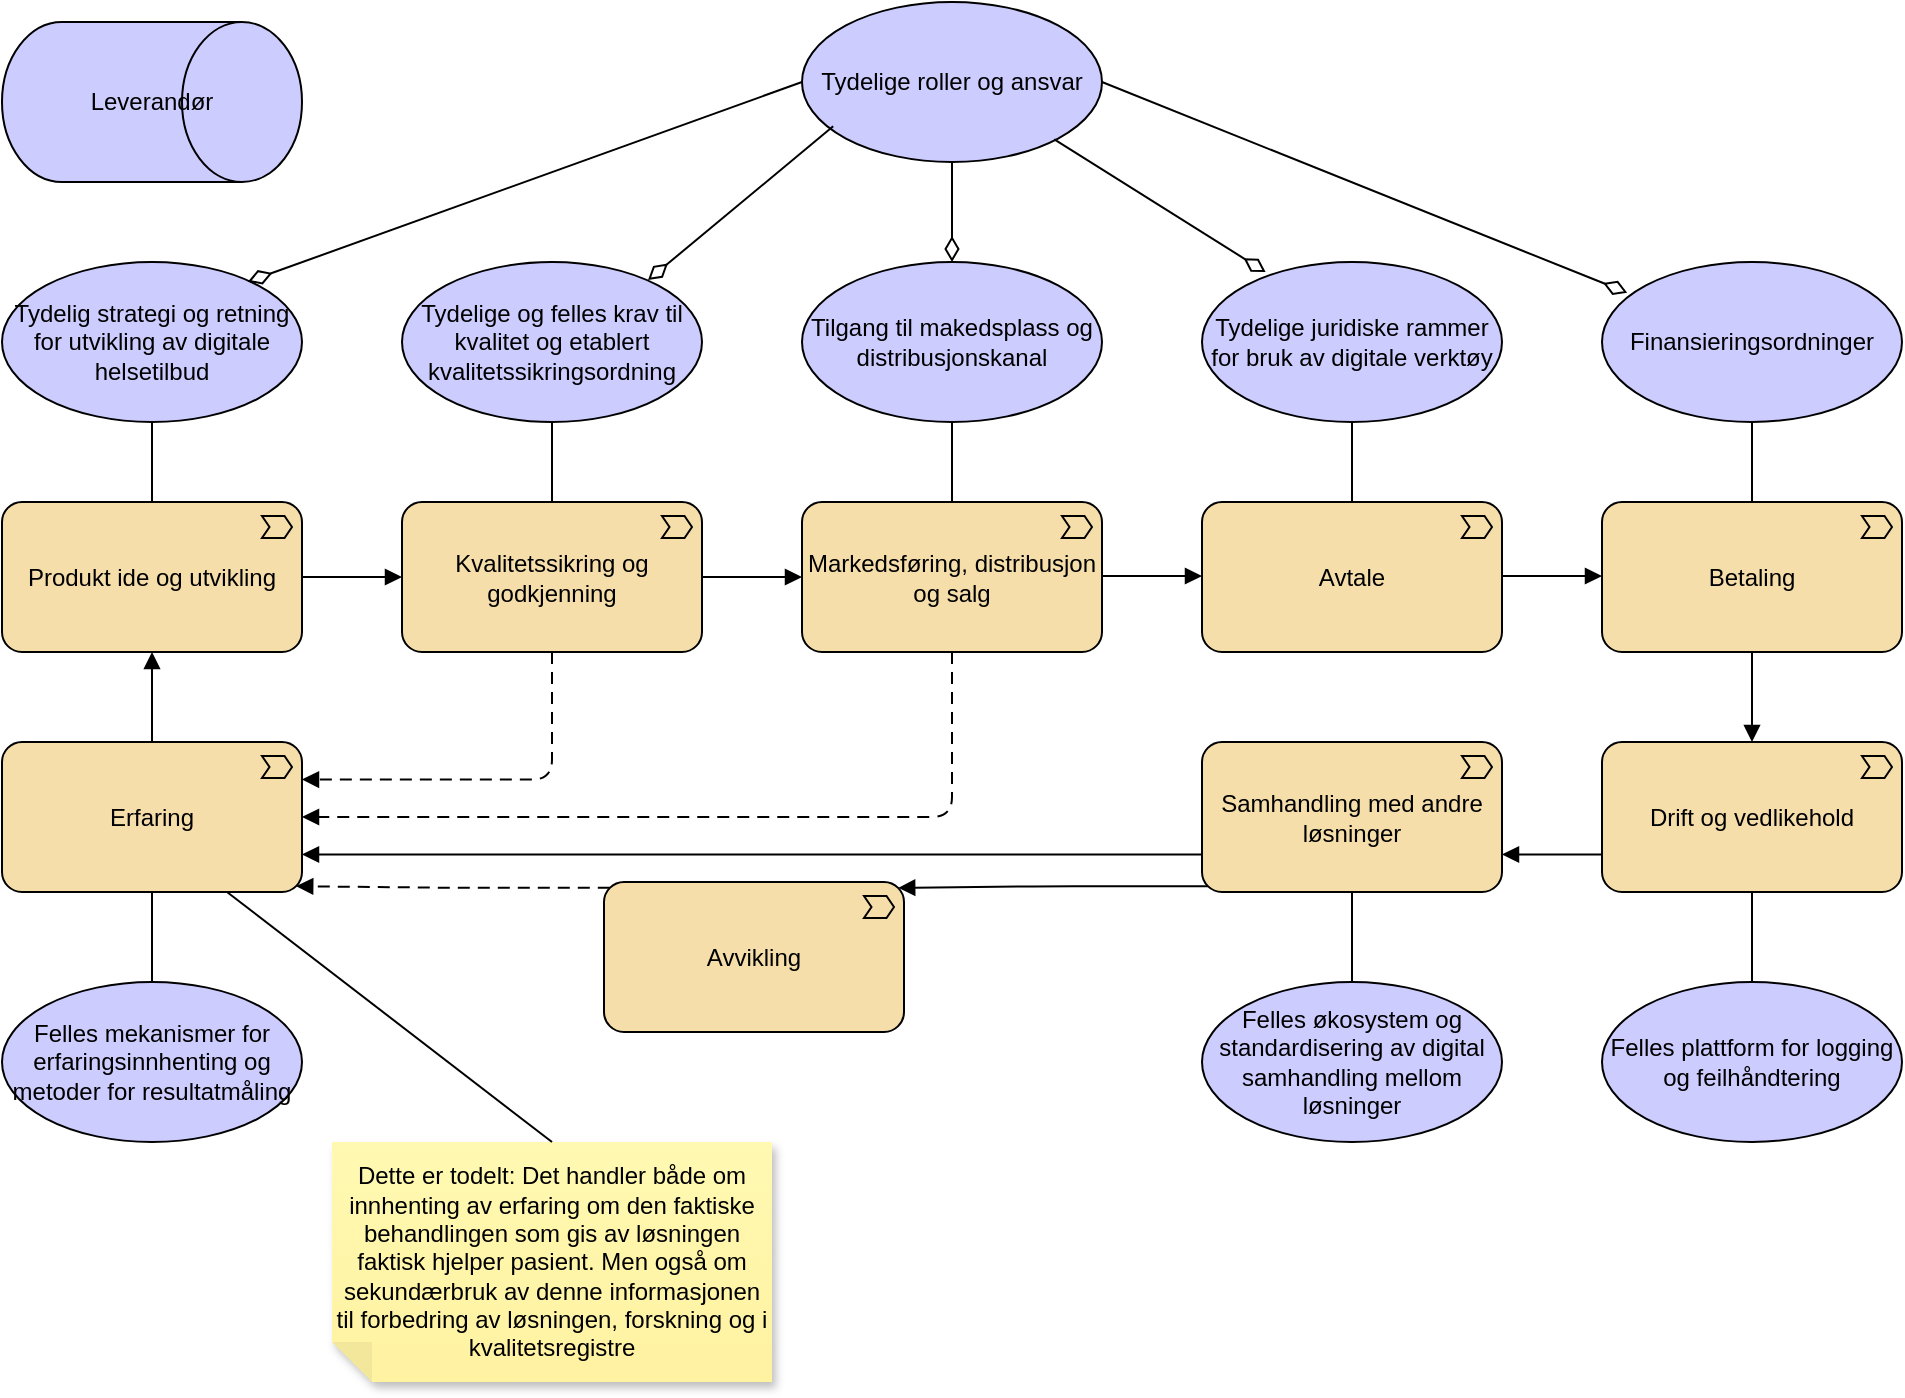
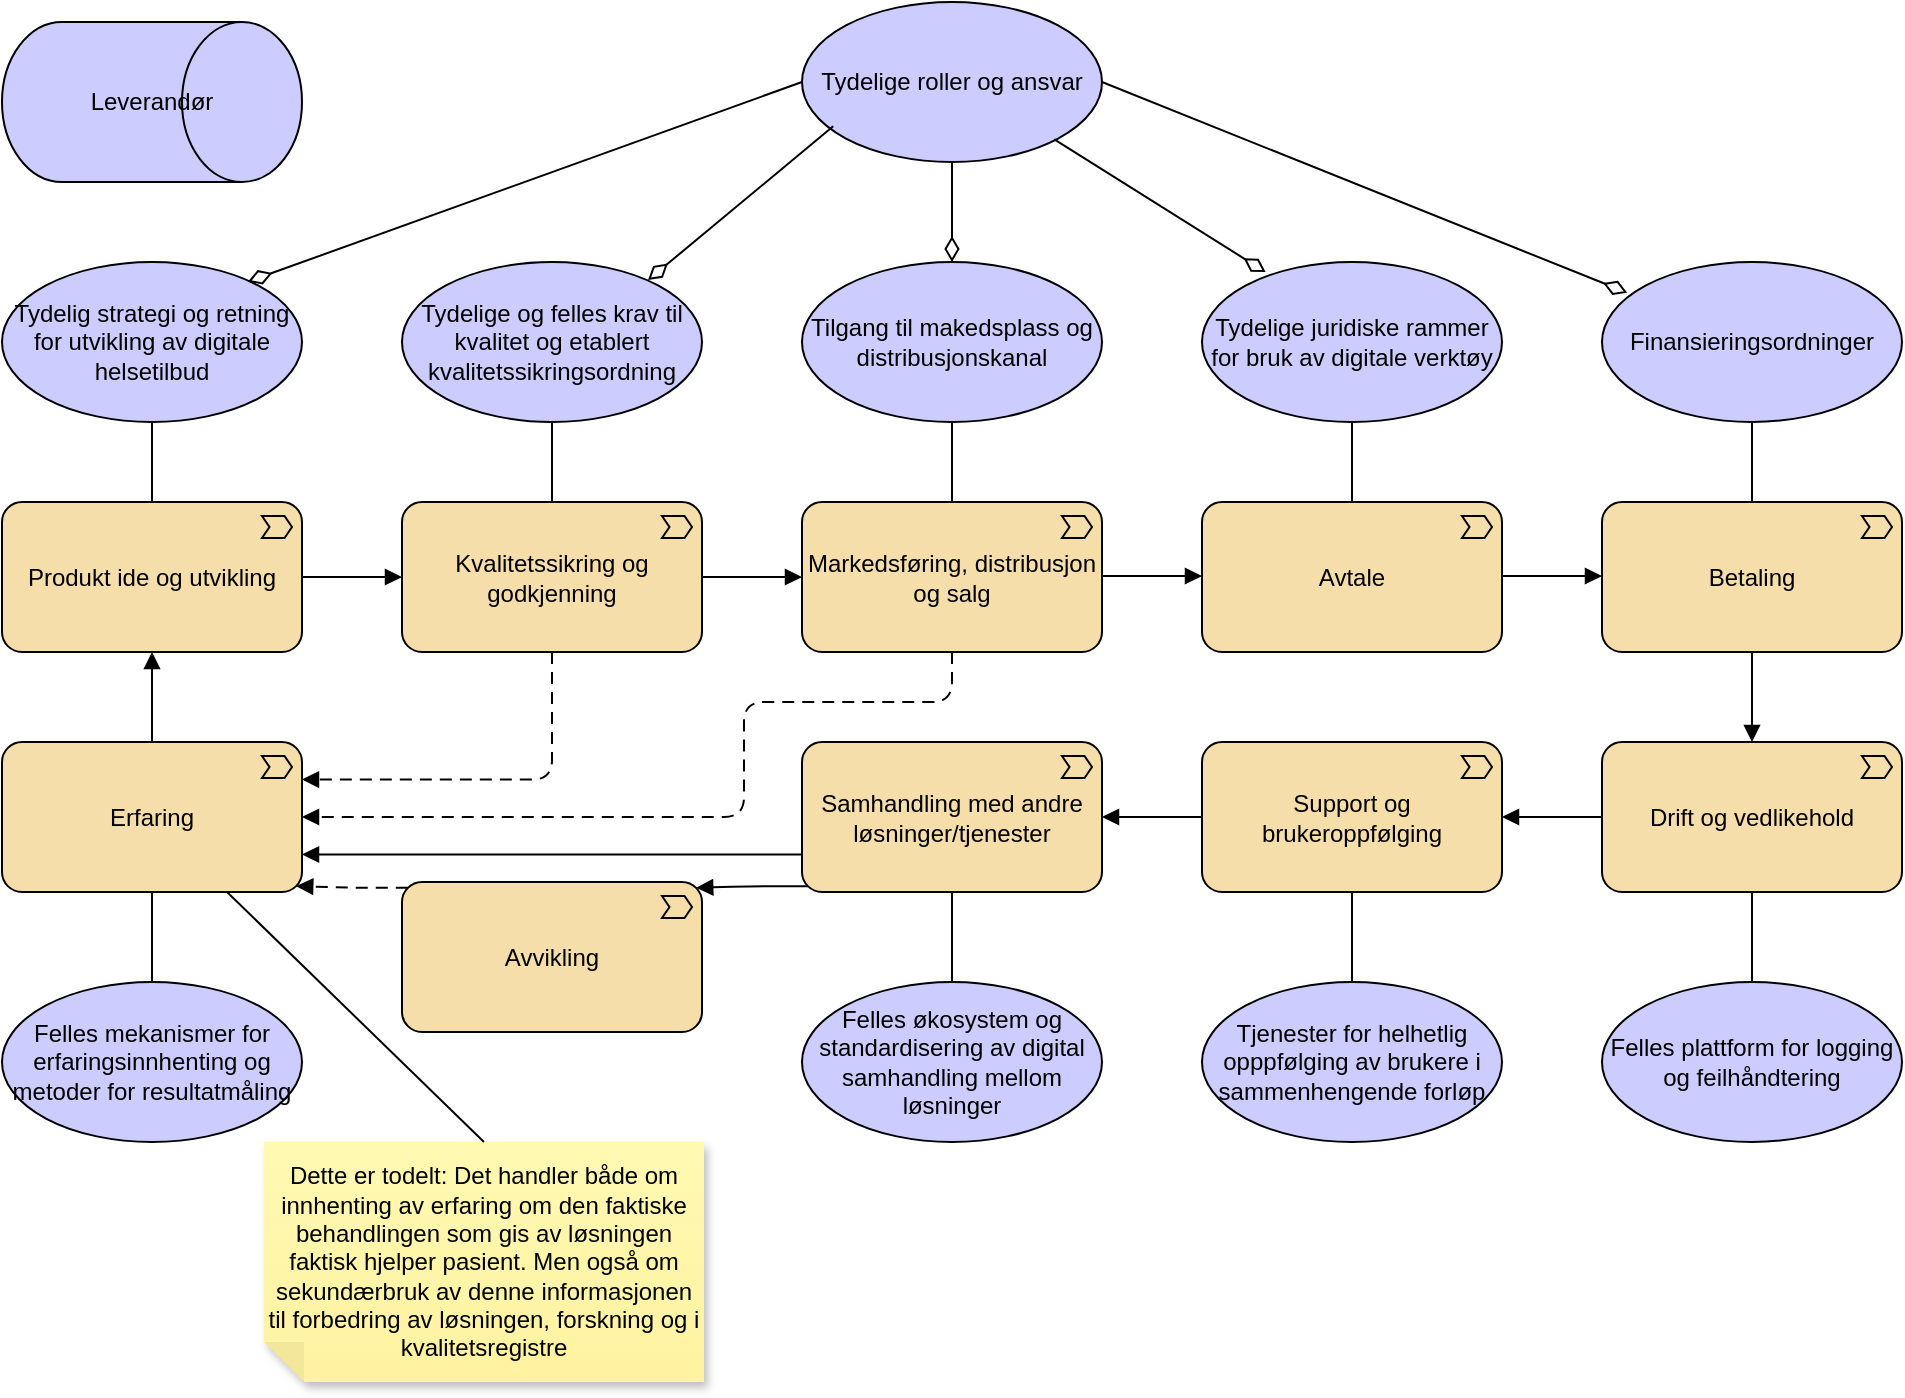
<mxfile host="65bd71144e">
    <diagram id="GwMaOcinR9aT1UnFt0KR" name="value-chain-produktutvikling">
-         <mxGraphModel dx="1798" dy="1536" grid="1" gridSize="10" guides="1" tooltips="1" connect="1" arrows="1" fold="1" page="1" pageScale="1" pageWidth="1169" pageHeight="827" math="0" shadow="0">
+         <mxGraphModel dx="1388" dy="1678" grid="1" gridSize="10" guides="1" tooltips="1" connect="1" arrows="1" fold="1" page="1" pageScale="1" pageWidth="1169" pageHeight="827" math="0" shadow="0">
            <root>
                <mxCell id="0"/>
                <mxCell id="1" parent="0"/>
                <mxCell id="2" value="Produkt ide og utvikling" style="html=1;outlineConnect=0;whiteSpace=wrap;fillColor=#F5DEAA;shape=mxgraph.archimate3.application;appType=valueStream;archiType=rounded;" parent="1" vertex="1">
                    <mxGeometry x="19" y="160" width="150" height="75" as="geometry"/>
                </mxCell>
                <mxCell id="3" value="Kvalitetssikring og godkjenning" style="html=1;outlineConnect=0;whiteSpace=wrap;fillColor=#F5DEAA;shape=mxgraph.archimate3.application;appType=valueStream;archiType=rounded;" parent="1" vertex="1">
                    <mxGeometry x="219" y="160" width="150" height="75" as="geometry"/>
                </mxCell>
                <mxCell id="5" value="Markedsføring, distribusjon og salg" style="html=1;outlineConnect=0;whiteSpace=wrap;fillColor=#F5DEAA;shape=mxgraph.archimate3.application;appType=valueStream;archiType=rounded;" parent="1" vertex="1">
                    <mxGeometry x="419" y="160" width="150" height="75" as="geometry"/>
                </mxCell>
                <mxCell id="6" value="Avtale" style="html=1;outlineConnect=0;whiteSpace=wrap;fillColor=#F5DEAA;shape=mxgraph.archimate3.application;appType=valueStream;archiType=rounded;" parent="1" vertex="1">
                    <mxGeometry x="619" y="160" width="150" height="75" as="geometry"/>
                </mxCell>
                <mxCell id="7" value="Betaling" style="html=1;outlineConnect=0;whiteSpace=wrap;fillColor=#F5DEAA;shape=mxgraph.archimate3.application;appType=valueStream;archiType=rounded;" parent="1" vertex="1">
                    <mxGeometry x="819" y="160" width="150" height="75" as="geometry"/>
                </mxCell>
                <mxCell id="8" value="Drift og vedlikehold" style="html=1;outlineConnect=0;whiteSpace=wrap;fillColor=#F5DEAA;shape=mxgraph.archimate3.application;appType=valueStream;archiType=rounded;" parent="1" vertex="1">
                    <mxGeometry x="819" y="280" width="150" height="75" as="geometry"/>
                </mxCell>
                <mxCell id="9" value="Erfaring" style="html=1;outlineConnect=0;whiteSpace=wrap;fillColor=#F5DEAA;shape=mxgraph.archimate3.application;appType=valueStream;archiType=rounded;" parent="1" vertex="1">
                    <mxGeometry x="19" y="280" width="150" height="75" as="geometry"/>
                </mxCell>
                <mxCell id="10" value="" style="edgeStyle=orthogonalEdgeStyle;html=1;endArrow=block;dashed=0;elbow=vertical;endFill=1;exitX=1;exitY=0.5;exitDx=0;exitDy=0;exitPerimeter=0;entryX=0;entryY=0.5;entryDx=0;entryDy=0;entryPerimeter=0;" parent="1" source="2" target="3" edge="1">
                    <mxGeometry width="160" relative="1" as="geometry">
                        <mxPoint x="329" y="215" as="sourcePoint"/>
                        <mxPoint x="409" y="340" as="targetPoint"/>
                    </mxGeometry>
                </mxCell>
                <mxCell id="11" value="" style="html=1;endArrow=block;dashed=0;elbow=vertical;endFill=1;exitX=1;exitY=0.5;exitDx=0;exitDy=0;exitPerimeter=0;entryX=0;entryY=0.5;entryDx=0;entryDy=0;entryPerimeter=0;" parent="1" source="3" target="5" edge="1">
                    <mxGeometry width="160" relative="1" as="geometry">
                        <mxPoint x="179" y="208" as="sourcePoint"/>
                        <mxPoint x="229" y="208" as="targetPoint"/>
                    </mxGeometry>
                </mxCell>
                <mxCell id="12" value="" style="html=1;endArrow=block;dashed=0;elbow=vertical;endFill=1;exitX=1;exitY=0.5;exitDx=0;exitDy=0;exitPerimeter=0;entryX=0;entryY=0.5;entryDx=0;entryDy=0;entryPerimeter=0;" parent="1" edge="1">
                    <mxGeometry width="160" relative="1" as="geometry">
                        <mxPoint x="569" y="197" as="sourcePoint"/>
                        <mxPoint x="619" y="197" as="targetPoint"/>
                    </mxGeometry>
                </mxCell>
                <mxCell id="13" value="" style="html=1;endArrow=block;dashed=0;elbow=vertical;endFill=1;exitX=1;exitY=0.5;exitDx=0;exitDy=0;exitPerimeter=0;entryX=0;entryY=0.5;entryDx=0;entryDy=0;entryPerimeter=0;" parent="1" edge="1">
                    <mxGeometry width="160" relative="1" as="geometry">
                        <mxPoint x="769" y="197" as="sourcePoint"/>
                        <mxPoint x="819" y="197" as="targetPoint"/>
                    </mxGeometry>
                </mxCell>
                <mxCell id="14" value="" style="html=1;endArrow=block;dashed=0;elbow=vertical;endFill=1;exitX=0.5;exitY=1;exitDx=0;exitDy=0;exitPerimeter=0;entryX=0.5;entryY=0;entryDx=0;entryDy=0;entryPerimeter=0;" parent="1" source="7" target="8" edge="1">
                    <mxGeometry width="160" relative="1" as="geometry">
                        <mxPoint x="889" y="250" as="sourcePoint"/>
                        <mxPoint x="939" y="250" as="targetPoint"/>
                    </mxGeometry>
                </mxCell>
                <mxCell id="15" value="" style="html=1;endArrow=block;dashed=0;elbow=vertical;endFill=1;exitX=0;exitY=0.75;exitDx=0;exitDy=0;exitPerimeter=0;entryX=1;entryY=0.75;entryDx=0;entryDy=0;entryPerimeter=0;" parent="1" source="25" target="9" edge="1">
                    <mxGeometry width="160" relative="1" as="geometry">
                        <mxPoint x="409" y="238" as="sourcePoint"/>
                        <mxPoint x="459" y="238" as="targetPoint"/>
                    </mxGeometry>
                </mxCell>
                <mxCell id="16" value="" style="html=1;endArrow=block;dashed=0;elbow=vertical;endFill=1;exitX=0.5;exitY=0;exitDx=0;exitDy=0;exitPerimeter=0;entryX=0.5;entryY=1;entryDx=0;entryDy=0;entryPerimeter=0;" parent="1" source="9" target="2" edge="1">
                    <mxGeometry width="160" relative="1" as="geometry">
                        <mxPoint x="419" y="248" as="sourcePoint"/>
                        <mxPoint x="469" y="248" as="targetPoint"/>
                    </mxGeometry>
                </mxCell>
                <mxCell id="19" value="Tydelig strategi og retning for utvikling av digitale helsetilbud" style="shape=ellipse;html=1;whiteSpace=wrap;fillColor=#CCCCFF;" parent="1" vertex="1">
                    <mxGeometry x="19" y="40" width="150" height="80" as="geometry"/>
                </mxCell>
                <mxCell id="20" value="Tydelige og felles krav til kvalitet og etablert kvalitetssikringsordning" style="shape=ellipse;html=1;whiteSpace=wrap;fillColor=#CCCCFF;" parent="1" vertex="1">
                    <mxGeometry x="219" y="40" width="150" height="80" as="geometry"/>
                </mxCell>
                <mxCell id="21" value="Tilgang til makedsplass og distribusjonskanal" style="shape=ellipse;html=1;whiteSpace=wrap;fillColor=#CCCCFF;" parent="1" vertex="1">
                    <mxGeometry x="419" y="40" width="150" height="80" as="geometry"/>
                </mxCell>
                <mxCell id="22" value="Tydelige juridiske rammer for bruk av digitale verktøy" style="shape=ellipse;html=1;whiteSpace=wrap;fillColor=#CCCCFF;" parent="1" vertex="1">
                    <mxGeometry x="619" y="40" width="150" height="80" as="geometry"/>
                </mxCell>
                <mxCell id="23" value="Tydelige roller og ansvar" style="shape=ellipse;html=1;whiteSpace=wrap;fillColor=#CCCCFF;" parent="1" vertex="1">
                    <mxGeometry x="419" y="-90" width="150" height="80" as="geometry"/>
                </mxCell>
                <mxCell id="24" value="Finansieringsordninger" style="shape=ellipse;html=1;whiteSpace=wrap;fillColor=#CCCCFF;" parent="1" vertex="1">
                    <mxGeometry x="819" y="40" width="150" height="80" as="geometry"/>
                </mxCell>
-                 <mxCell id="26" value="" style="html=1;endArrow=block;dashed=0;elbow=vertical;endFill=1;exitX=0;exitY=0.75;exitDx=0;exitDy=0;exitPerimeter=0;entryX=1;entryY=0.75;entryDx=0;entryDy=0;entryPerimeter=0;" parent="1" source="8" target="25" edge="1">
+                 <mxCell id="26" value="" style="html=1;endArrow=block;dashed=0;elbow=vertical;endFill=1;exitX=0;exitY=0.5;exitDx=0;exitDy=0;exitPerimeter=0;entryX=1;entryY=0.5;entryDx=0;entryDy=0;entryPerimeter=0;" parent="1" source="8" target="54" edge="1">
                    <mxGeometry width="160" relative="1" as="geometry">
                        <mxPoint x="819" y="336" as="sourcePoint"/>
-                         <mxPoint x="169" y="336" as="targetPoint"/>
-                     </mxGeometry>
-                 </mxCell>
-                 <mxCell id="25" value="Samhandling med andre løsninger" style="html=1;outlineConnect=0;whiteSpace=wrap;fillColor=#F5DEAA;shape=mxgraph.archimate3.application;appType=valueStream;archiType=rounded;" parent="1" vertex="1">
-                     <mxGeometry x="619" y="280" width="150" height="75" as="geometry"/>
+                         <mxPoint x="770" y="370" as="targetPoint"/>
+                     </mxGeometry>
+                 </mxCell>
+                 <mxCell id="25" value="Samhandling med andre løsninger/tjenester" style="html=1;outlineConnect=0;whiteSpace=wrap;fillColor=#F5DEAA;shape=mxgraph.archimate3.application;appType=valueStream;archiType=rounded;" parent="1" vertex="1">
+                     <mxGeometry x="419" y="280" width="150" height="75" as="geometry"/>
                </mxCell>
                <mxCell id="27" value="Felles plattform for logging og feilhåndtering" style="shape=ellipse;html=1;whiteSpace=wrap;fillColor=#CCCCFF;" parent="1" vertex="1">
                    <mxGeometry x="819" y="400" width="150" height="80" as="geometry"/>
                </mxCell>
                <mxCell id="28" value="Felles økosystem og standardisering av digital samhandling mellom løsninger" style="shape=ellipse;html=1;whiteSpace=wrap;fillColor=#CCCCFF;" parent="1" vertex="1">
-                     <mxGeometry x="619" y="400" width="150" height="80" as="geometry"/>
+                     <mxGeometry x="419" y="400" width="150" height="80" as="geometry"/>
                </mxCell>
                <mxCell id="29" value="Felles mekanismer for erfaringsinnhenting og metoder for resultatmåling" style="shape=ellipse;html=1;whiteSpace=wrap;fillColor=#CCCCFF;" parent="1" vertex="1">
                    <mxGeometry x="19" y="400" width="150" height="80" as="geometry"/>
                </mxCell>
                <mxCell id="30" value="" style="edgeStyle=elbowEdgeStyle;html=1;endArrow=none;elbow=vertical;exitX=0.5;exitY=1;exitDx=0;exitDy=0;entryX=0.5;entryY=0;entryDx=0;entryDy=0;entryPerimeter=0;" parent="1" source="20" target="3" edge="1">
                    <mxGeometry width="160" relative="1" as="geometry">
                        <mxPoint x="740" y="350" as="sourcePoint"/>
                        <mxPoint x="900" y="350" as="targetPoint"/>
                    </mxGeometry>
                </mxCell>
                <mxCell id="31" value="" style="edgeStyle=elbowEdgeStyle;html=1;endArrow=none;elbow=vertical;entryX=0.5;entryY=1;entryDx=0;entryDy=0;" parent="1" target="19" edge="1">
                    <mxGeometry width="160" relative="1" as="geometry">
                        <mxPoint x="94" y="160" as="sourcePoint"/>
                        <mxPoint x="419" y="380" as="targetPoint"/>
                    </mxGeometry>
                </mxCell>
                <mxCell id="32" value="" style="edgeStyle=elbowEdgeStyle;html=1;endArrow=none;elbow=vertical;exitX=0.5;exitY=1;exitDx=0;exitDy=0;entryX=0.5;entryY=0;entryDx=0;entryDy=0;entryPerimeter=0;" parent="1" source="21" target="5" edge="1">
                    <mxGeometry width="160" relative="1" as="geometry">
                        <mxPoint x="304" y="130" as="sourcePoint"/>
                        <mxPoint x="304" y="170" as="targetPoint"/>
                    </mxGeometry>
                </mxCell>
                <mxCell id="33" value="" style="edgeStyle=elbowEdgeStyle;html=1;endArrow=none;elbow=vertical;exitX=0.5;exitY=1;exitDx=0;exitDy=0;entryX=0.5;entryY=0;entryDx=0;entryDy=0;entryPerimeter=0;" parent="1" source="22" target="6" edge="1">
                    <mxGeometry width="160" relative="1" as="geometry">
                        <mxPoint x="314" y="140" as="sourcePoint"/>
                        <mxPoint x="314" y="180" as="targetPoint"/>
                    </mxGeometry>
                </mxCell>
                <mxCell id="35" value="" style="edgeStyle=elbowEdgeStyle;html=1;endArrow=none;elbow=vertical;exitX=0.5;exitY=1;exitDx=0;exitDy=0;entryX=0.5;entryY=0;entryDx=0;entryDy=0;entryPerimeter=0;" parent="1" source="24" target="7" edge="1">
                    <mxGeometry width="160" relative="1" as="geometry">
                        <mxPoint x="334" y="160" as="sourcePoint"/>
                        <mxPoint x="970" y="200" as="targetPoint"/>
                    </mxGeometry>
                </mxCell>
                <mxCell id="36" value="" style="edgeStyle=elbowEdgeStyle;html=1;endArrow=none;elbow=vertical;exitX=0.5;exitY=0;exitDx=0;exitDy=0;entryX=0.5;entryY=1;entryDx=0;entryDy=0;entryPerimeter=0;" parent="1" source="27" target="8" edge="1">
                    <mxGeometry width="160" relative="1" as="geometry">
                        <mxPoint x="344" y="170" as="sourcePoint"/>
                        <mxPoint x="344" y="210" as="targetPoint"/>
                    </mxGeometry>
                </mxCell>
                <mxCell id="37" value="" style="edgeStyle=elbowEdgeStyle;html=1;endArrow=none;elbow=vertical;exitX=0.5;exitY=0;exitDx=0;exitDy=0;entryX=0.5;entryY=1;entryDx=0;entryDy=0;entryPerimeter=0;" parent="1" source="28" target="25" edge="1">
                    <mxGeometry width="160" relative="1" as="geometry">
                        <mxPoint x="354" y="180" as="sourcePoint"/>
                        <mxPoint x="680" y="370" as="targetPoint"/>
                    </mxGeometry>
                </mxCell>
                <mxCell id="38" value="" style="edgeStyle=elbowEdgeStyle;html=1;endArrow=none;elbow=vertical;exitX=0.5;exitY=1;exitDx=0;exitDy=0;entryX=0.5;entryY=0;entryDx=0;entryDy=0;exitPerimeter=0;" parent="1" source="9" target="29" edge="1">
                    <mxGeometry width="160" relative="1" as="geometry">
                        <mxPoint x="364" y="190" as="sourcePoint"/>
                        <mxPoint x="364" y="230" as="targetPoint"/>
                    </mxGeometry>
                </mxCell>
                <mxCell id="40" value="Leverandør" style="html=1;outlineConnect=0;whiteSpace=wrap;fillColor=#CCCCFF;shape=mxgraph.archimate3.role;" parent="1" vertex="1">
                    <mxGeometry x="19" y="-80" width="150" height="80" as="geometry"/>
                </mxCell>
                <mxCell id="41" value="Dette er todelt: Det handler både om innhenting av erfaring om den faktiske behandlingen som gis av løsningen faktisk hjelper pasient. Men også om sekundærbruk av denne informasjonen til forbedring av løsningen, forskning og i kvalitetsregistre" style="shape=note;whiteSpace=wrap;html=1;backgroundOutline=1;fontColor=#000000;darkOpacity=0.05;fillColor=#FFF9B2;strokeColor=none;fillStyle=solid;direction=west;gradientDirection=north;gradientColor=#FFF2A1;shadow=1;size=20;pointerEvents=1;" parent="1" vertex="1">
-                     <mxGeometry x="184" y="480" width="220" height="120" as="geometry"/>
+                     <mxGeometry x="150" y="480" width="220" height="120" as="geometry"/>
                </mxCell>
                <mxCell id="42" value="" style="html=1;endArrow=none;elbow=vertical;exitX=0.75;exitY=1;exitDx=0;exitDy=0;entryX=0.5;entryY=1;entryDx=0;entryDy=0;exitPerimeter=0;entryPerimeter=0;" parent="1" source="9" target="41" edge="1">
                    <mxGeometry width="160" relative="1" as="geometry">
                        <mxPoint x="104" y="365" as="sourcePoint"/>
                        <mxPoint x="104" y="410" as="targetPoint"/>
                    </mxGeometry>
                </mxCell>
                <mxCell id="44" value="" style="html=1;startArrow=diamondThin;startFill=0;elbow=vertical;startSize=10;endArrow=none;endFill=0;exitX=0.82;exitY=0.123;exitDx=0;exitDy=0;exitPerimeter=0;entryX=0;entryY=0.5;entryDx=0;entryDy=0;" parent="1" source="19" target="23" edge="1">
                    <mxGeometry width="160" relative="1" as="geometry">
                        <mxPoint x="560" y="250" as="sourcePoint"/>
                        <mxPoint x="720" y="250" as="targetPoint"/>
                    </mxGeometry>
                </mxCell>
                <mxCell id="45" value="" style="html=1;startArrow=diamondThin;startFill=0;elbow=vertical;startSize=10;endArrow=none;endFill=0;exitX=0.82;exitY=0.113;exitDx=0;exitDy=0;exitPerimeter=0;entryX=0.104;entryY=0.777;entryDx=0;entryDy=0;entryPerimeter=0;" parent="1" source="20" target="23" edge="1">
                    <mxGeometry width="160" relative="1" as="geometry">
                        <mxPoint x="152" y="60" as="sourcePoint"/>
                        <mxPoint x="430" y="-40" as="targetPoint"/>
                    </mxGeometry>
                </mxCell>
                <mxCell id="46" value="" style="html=1;startArrow=diamondThin;startFill=0;elbow=vertical;startSize=10;endArrow=none;endFill=0;exitX=0.5;exitY=0;exitDx=0;exitDy=0;entryX=0.5;entryY=1;entryDx=0;entryDy=0;" parent="1" source="21" target="23" edge="1">
                    <mxGeometry width="160" relative="1" as="geometry">
                        <mxPoint x="162" y="70" as="sourcePoint"/>
                        <mxPoint x="440" y="-30" as="targetPoint"/>
                    </mxGeometry>
                </mxCell>
                <mxCell id="47" value="" style="html=1;startArrow=diamondThin;startFill=0;elbow=vertical;startSize=10;endArrow=none;endFill=0;exitX=0.212;exitY=0.063;exitDx=0;exitDy=0;exitPerimeter=0;entryX=0.841;entryY=0.858;entryDx=0;entryDy=0;entryPerimeter=0;" parent="1" source="22" target="23" edge="1">
                    <mxGeometry width="160" relative="1" as="geometry">
                        <mxPoint x="172" y="80" as="sourcePoint"/>
                        <mxPoint x="450" y="-20" as="targetPoint"/>
                    </mxGeometry>
                </mxCell>
                <mxCell id="48" value="" style="html=1;startArrow=diamondThin;startFill=0;elbow=vertical;startSize=10;endArrow=none;endFill=0;exitX=0.084;exitY=0.192;exitDx=0;exitDy=0;exitPerimeter=0;entryX=1;entryY=0.5;entryDx=0;entryDy=0;" parent="1" source="24" target="23" edge="1">
                    <mxGeometry width="160" relative="1" as="geometry">
                        <mxPoint x="182" y="90" as="sourcePoint"/>
                        <mxPoint x="460" y="-10" as="targetPoint"/>
                    </mxGeometry>
                </mxCell>
                <mxCell id="49" value="" style="edgeStyle=orthogonalEdgeStyle;html=1;endArrow=block;dashed=1;elbow=vertical;endFill=1;dashPattern=6 4;exitX=0.5;exitY=1;exitDx=0;exitDy=0;exitPerimeter=0;entryX=1;entryY=0.25;entryDx=0;entryDy=0;entryPerimeter=0;" parent="1" source="3" target="9" edge="1">
                    <mxGeometry width="160" relative="1" as="geometry">
                        <mxPoint x="500" y="210" as="sourcePoint"/>
                        <mxPoint x="660" y="210" as="targetPoint"/>
                    </mxGeometry>
                </mxCell>
                <mxCell id="50" value="" style="edgeStyle=orthogonalEdgeStyle;html=1;endArrow=block;dashed=1;elbow=vertical;endFill=1;dashPattern=6 4;exitX=0.5;exitY=1;exitDx=0;exitDy=0;exitPerimeter=0;entryX=1;entryY=0.5;entryDx=0;entryDy=0;entryPerimeter=0;" parent="1" source="5" target="9" edge="1">
                    <mxGeometry width="160" relative="1" as="geometry">
                        <mxPoint x="304" y="245" as="sourcePoint"/>
                        <mxPoint x="179" y="309" as="targetPoint"/>
+                         <Array as="points">
+                             <mxPoint x="494" y="260"/>
+                             <mxPoint x="390" y="260"/>
+                             <mxPoint x="390" y="318"/>
+                         </Array>
                    </mxGeometry>
                </mxCell>
                <mxCell id="51" value="Avvikling" style="html=1;outlineConnect=0;whiteSpace=wrap;fillColor=#F5DEAA;shape=mxgraph.archimate3.application;appType=valueStream;archiType=rounded;" parent="1" vertex="1">
-                     <mxGeometry x="320" y="350" width="150" height="75" as="geometry"/>
+                     <mxGeometry x="219" y="350" width="150" height="75" as="geometry"/>
                </mxCell>
                <mxCell id="52" value="" style="html=1;endArrow=block;dashed=0;elbow=vertical;endFill=1;entryX=1;entryY=0;entryDx=-2.9;entryDy=2.9;entryPerimeter=0;exitX=0;exitY=1;exitDx=2.9;exitDy=-2.9;exitPerimeter=0;edgeStyle=orthogonalEdgeStyle;" parent="1" source="25" target="51" edge="1">
                    <mxGeometry width="160" relative="1" as="geometry">
                        <mxPoint x="620" y="350" as="sourcePoint"/>
                        <mxPoint x="179" y="346" as="targetPoint"/>
                    </mxGeometry>
                </mxCell>
                <mxCell id="53" value="" style="edgeStyle=orthogonalEdgeStyle;html=1;endArrow=block;dashed=1;elbow=vertical;endFill=1;dashPattern=6 4;exitX=0;exitY=0;exitDx=2.9;exitDy=2.9;exitPerimeter=0;entryX=1;entryY=1;entryDx=-2.9;entryDy=-2.9;entryPerimeter=0;" parent="1" source="51" target="9" edge="1">
                    <mxGeometry width="160" relative="1" as="geometry">
                        <mxPoint x="304" y="245" as="sourcePoint"/>
                        <mxPoint x="179" y="309" as="targetPoint"/>
+                     </mxGeometry>
+                 </mxCell>
+                 <mxCell id="54" value="Support og brukeroppfølging" style="html=1;outlineConnect=0;whiteSpace=wrap;fillColor=#F5DEAA;shape=mxgraph.archimate3.application;appType=valueStream;archiType=rounded;" vertex="1" parent="1">
+                     <mxGeometry x="619" y="280" width="150" height="75" as="geometry"/>
+                 </mxCell>
+                 <mxCell id="55" value="" style="html=1;endArrow=block;dashed=0;elbow=vertical;endFill=1;exitX=0;exitY=0.5;exitDx=0;exitDy=0;exitPerimeter=0;entryX=1;entryY=0.5;entryDx=0;entryDy=0;entryPerimeter=0;" edge="1" parent="1" source="54" target="25">
+                     <mxGeometry width="160" relative="1" as="geometry">
+                         <mxPoint x="829" y="328" as="sourcePoint"/>
+                         <mxPoint x="779" y="328" as="targetPoint"/>
+                     </mxGeometry>
+                 </mxCell>
+                 <mxCell id="56" value="Tjenester for helhetlig opppfølging av brukere i sammenhengende forløp" style="shape=ellipse;html=1;whiteSpace=wrap;fillColor=#CCCCFF;" vertex="1" parent="1">
+                     <mxGeometry x="619" y="400" width="150" height="80" as="geometry"/>
+                 </mxCell>
+                 <mxCell id="57" value="" style="edgeStyle=elbowEdgeStyle;html=1;endArrow=none;elbow=vertical;exitX=0.5;exitY=0;exitDx=0;exitDy=0;entryX=0.5;entryY=1;entryDx=0;entryDy=0;entryPerimeter=0;" edge="1" parent="1" source="56" target="54">
+                     <mxGeometry width="160" relative="1" as="geometry">
+                         <mxPoint x="904" y="410" as="sourcePoint"/>
+                         <mxPoint x="904" y="365" as="targetPoint"/>
+                         <Array as="points">
+                             <mxPoint x="730" y="370"/>
+                         </Array>
                    </mxGeometry>
                </mxCell>
            </root>
        </mxGraphModel>
    </diagram>
</mxfile>